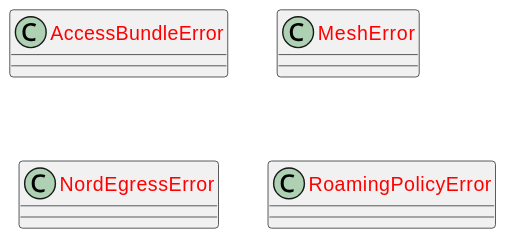
Above: docs/diagrams/python-classes.puml.svg in casonk/short-circuit (PlantUML), before the change.
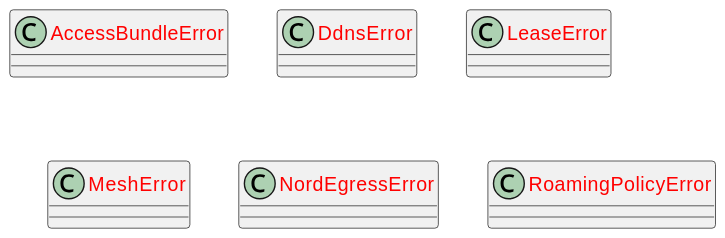
Above is the later version.

The edit, as a diff of the source:
```diff
@@ -1,6 +1,10 @@
 @startuml
 set namespaceSeparator none
 class "<color:red>AccessBundleError</color>" as scripts.render_wireguard_access_bundle.AccessBundleError {
+}
+class "<color:red>DdnsError</color>" as scripts.update_mesh_ddns.DdnsError {
+}
+class "<color:red>LeaseError</color>" as scripts.check_active_lease.LeaseError {
 }
 class "<color:red>MeshError</color>" as scripts.render_wireguard_mesh.MeshError {
 }
```
